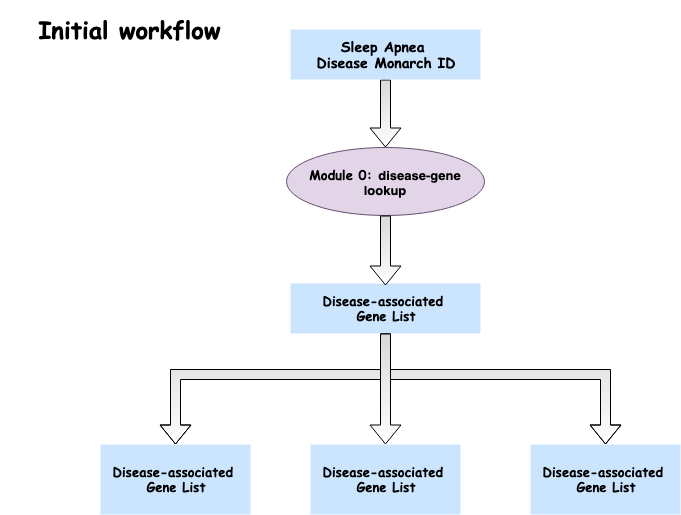
Before: workflow2_diagram.png, a diagram exported from draw.io (imxiaow/SleepApnea-Presentation). Source tidied: cells renumbered, new cells last; positions are measured from the earlier drawing's top-left corner, leaving out a move shared by most shapes.
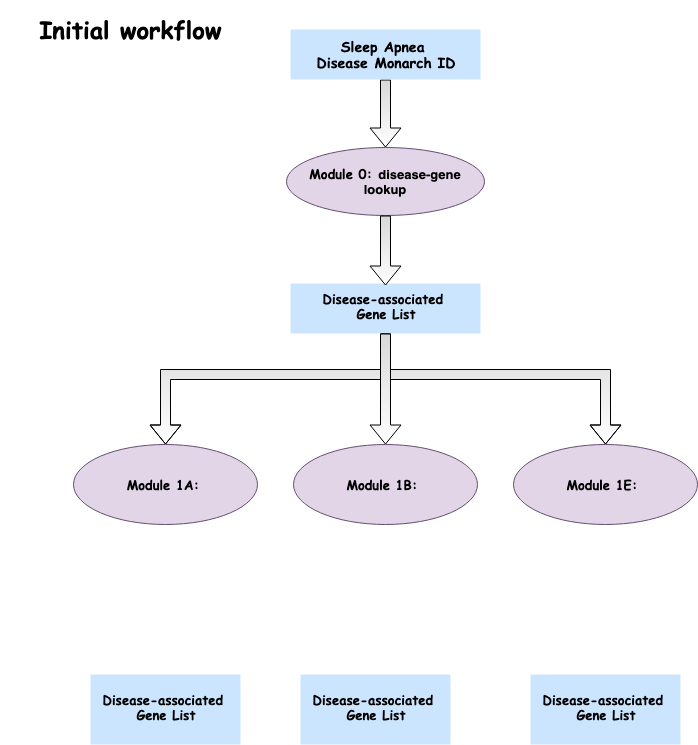
After the change.

The edit, as a diff of the source:
```diff
@@ -23,16 +23,18 @@
         <mxPoint x="385" y="271" as="targetPoint" />
       </mxGeometry>
     </mxCell>
-    <mxCell id="8" style="edgeStyle=elbowEdgeStyle;elbow=vertical;startArrow=none;endArrow=block;rounded=0;fillColor=#D9D9D9;gradientColor=#ffffff;fontFamily=Comic Sans MS;shape=flexArrow;strokeColor=#000000;entryX=0.5;entryY=0;entryDx=0;entryDy=0;" parent="1" edge="1" target="11">
+    <mxCell id="8" style="edgeStyle=elbowEdgeStyle;elbow=vertical;startArrow=none;endArrow=block;rounded=0;fillColor=#D9D9D9;gradientColor=#ffffff;fontFamily=Comic Sans MS;shape=flexArrow;strokeColor=#000000;" parent="1" edge="1">
       <mxGeometry relative="1" as="geometry">
         <mxPoint x="385" y="319" as="sourcePoint" />
+        <mxPoint x="605" y="430" as="targetPoint" />
         <Array as="points">
           <mxPoint x="470" y="360" />
         </Array>
       </mxGeometry>
     </mxCell>
-    <mxCell id="9" style="edgeStyle=elbowEdgeStyle;elbow=vertical;startArrow=none;endArrow=block;rounded=0;fillColor=#D9D9D9;gradientColor=#ffffff;fontFamily=Comic Sans MS;shape=flexArrow;strokeColor=#000000;exitX=0.5;exitY=1;exitDx=0;exitDy=0;entryX=0.5;entryY=0;entryDx=0;entryDy=0;" parent="1" edge="1" source="5" target="12">
+    <mxCell id="9" style="edgeStyle=elbowEdgeStyle;elbow=vertical;startArrow=none;endArrow=block;rounded=0;fillColor=#D9D9D9;gradientColor=#ffffff;fontFamily=Comic Sans MS;shape=flexArrow;strokeColor=#000000;exitX=0.5;exitY=1;exitDx=0;exitDy=0;" parent="1" edge="1" source="5">
       <mxGeometry relative="1" as="geometry">
+        <mxPoint x="165" y="430" as="targetPoint" />
         <Array as="points">
           <mxPoint x="340" y="360" />
         </Array>
@@ -45,13 +47,22 @@
       </mxGeometry>
     </mxCell>
     <mxCell id="11" value="&lt;h4 style=&quot;font-size: 13px&quot;&gt;&lt;font face=&quot;Comic Sans MS&quot; style=&quot;font-size: 13px&quot;&gt;Disease-associated&amp;nbsp;&lt;br&gt;&lt;/font&gt;&lt;font face=&quot;Comic Sans MS&quot; style=&quot;font-size: 13px&quot;&gt;Gene List&lt;/font&gt;&lt;/h4&gt;" style="rounded=0;whiteSpace=wrap;html=1;fillColor=#cce5ff;strokeColor=none;" parent="1" vertex="1">
-      <mxGeometry x="530" y="430" width="150" height="70" as="geometry" />
+      <mxGeometry x="530" y="660" width="150" height="70" as="geometry" />
     </mxCell>
     <mxCell id="12" value="&lt;h4 style=&quot;font-size: 13px&quot;&gt;&lt;font face=&quot;Comic Sans MS&quot; style=&quot;font-size: 13px&quot;&gt;Disease-associated&amp;nbsp;&lt;br&gt;&lt;/font&gt;&lt;font face=&quot;Comic Sans MS&quot; style=&quot;font-size: 13px&quot;&gt;Gene List&lt;/font&gt;&lt;/h4&gt;" style="rounded=0;whiteSpace=wrap;html=1;fillColor=#cce5ff;strokeColor=none;" parent="1" vertex="1">
-      <mxGeometry x="100" y="430" width="150" height="70" as="geometry" />
+      <mxGeometry x="90" y="660" width="150" height="70" as="geometry" />
     </mxCell>
     <mxCell id="13" value="&lt;h4 style=&quot;font-size: 13px&quot;&gt;&lt;font face=&quot;Comic Sans MS&quot; style=&quot;font-size: 13px&quot;&gt;Disease-associated&amp;nbsp;&lt;br&gt;&lt;/font&gt;&lt;font face=&quot;Comic Sans MS&quot; style=&quot;font-size: 13px&quot;&gt;Gene List&lt;/font&gt;&lt;/h4&gt;" style="rounded=0;whiteSpace=wrap;html=1;fillColor=#cce5ff;strokeColor=none;" parent="1" vertex="1">
-      <mxGeometry x="310" y="430" width="150" height="70" as="geometry" />
+      <mxGeometry x="300" y="660" width="150" height="70" as="geometry" />
     </mxCell>
+    <mxCell id="14" value="&lt;h3&gt;&lt;/h3&gt;&lt;h3 style=&quot;font-size: 13px&quot;&gt;&lt;font face=&quot;Comic Sans MS&quot; style=&quot;font-size: 13px&quot;&gt;Module 1A:&amp;nbsp;&lt;/font&gt;&lt;/h3&gt;" style="ellipse;whiteSpace=wrap;html=1;fillColor=#e1d5e7;strokeColor=#654E70;gradientColor=none;" parent="1" vertex="1">
+      <mxGeometry x="73" y="430" width="184" height="80" as="geometry" />
+    </mxCell>
+    <mxCell id="15" value="&lt;h3&gt;&lt;/h3&gt;&lt;h3 style=&quot;font-size: 13px&quot;&gt;&lt;font face=&quot;Comic Sans MS&quot; style=&quot;font-size: 13px&quot;&gt;Module 1B:&amp;nbsp;&lt;/font&gt;&lt;/h3&gt;" style="ellipse;whiteSpace=wrap;html=1;fillColor=#e1d5e7;strokeColor=#654E70;gradientColor=none;" parent="1" vertex="1">
+      <mxGeometry x="293" y="430" width="184" height="80" as="geometry" />
+    </mxCell>
+    <mxCell id="16" value="&lt;h3&gt;&lt;/h3&gt;&lt;h3 style=&quot;font-size: 13px&quot;&gt;&lt;font face=&quot;Comic Sans MS&quot; style=&quot;font-size: 13px&quot;&gt;Module 1E:&amp;nbsp;&lt;/font&gt;&lt;/h3&gt;" style="ellipse;whiteSpace=wrap;html=1;fillColor=#e1d5e7;strokeColor=#654E70;gradientColor=none;" parent="1" vertex="1">
+      <mxGeometry x="513" y="430" width="184" height="80" as="geometry" />
+    </mxCell>
   </root>
 </mxGraphModel>
```
